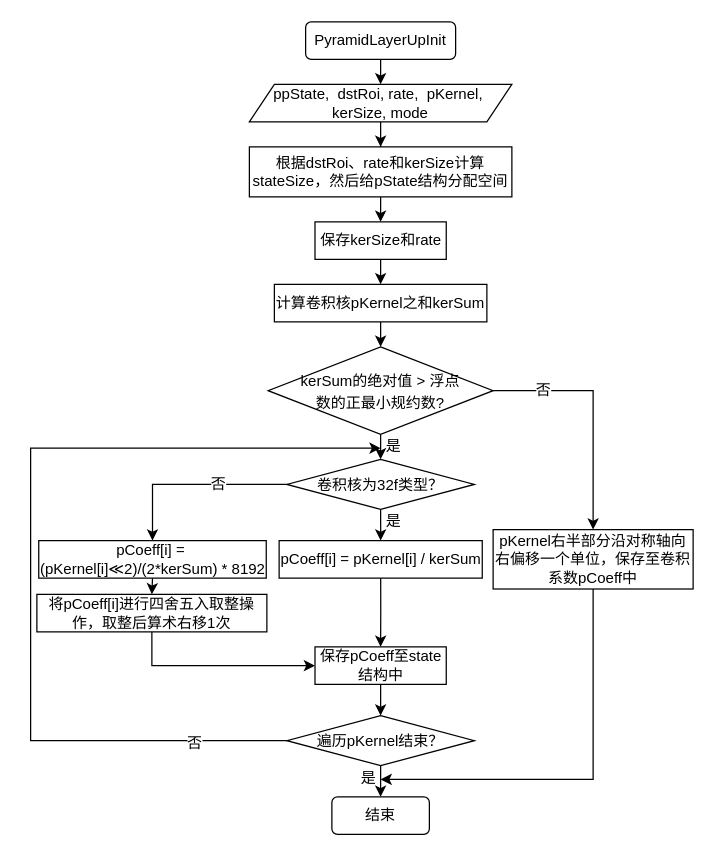
The draw.io diagram Pyramid/PyramidLayerUpInit.drawio in hwm0726/drawioFile, before the edit. Source tidied: cells renumbered, new cells numbered last; positions are measured from the earlier drawing's top-left corner, leaving out a move shared by most shapes. Both pictures are drawn from the tidied source at 125%, with x=0, y=0 at pixel (30, 21).
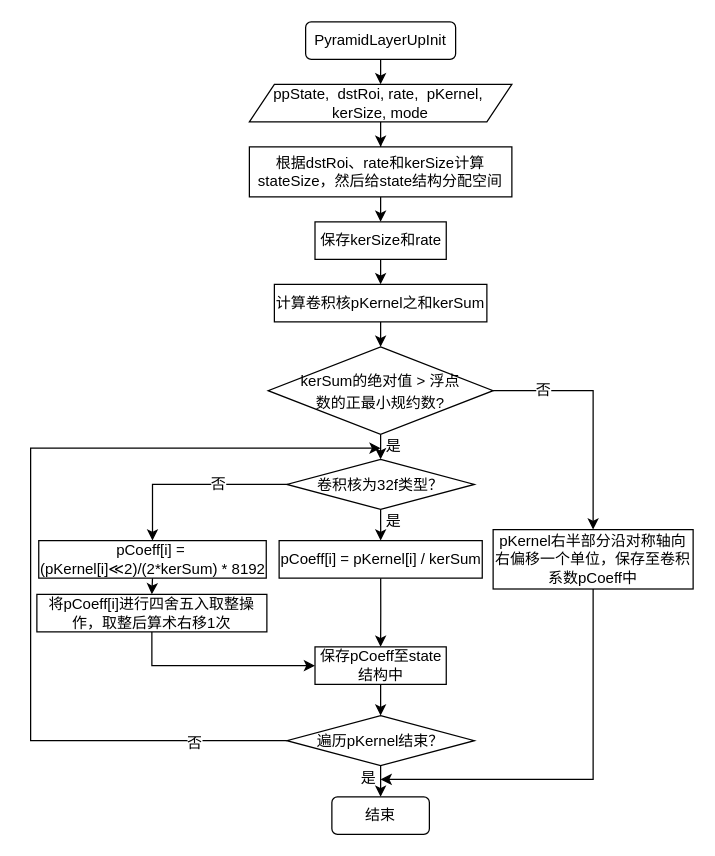
The same diagram, later.

The edit, as a diff of the source:
```diff
@@
-    <mxCell id="7" value="根据dstRoi、rate和kerSize计算stateSize，然后给pState结构分配空间" style="rounded=0;whiteSpace=wrap;html=1;" parent="1" vertex="1">
+    <mxCell id="7" value="根据dstRoi、rate和kerSize计算stateSize，然后给state结构分配空间" style="rounded=0;whiteSpace=wrap;html=1;" parent="1" vertex="1">
       <mxGeometry x="175" y="100" width="210" height="40" as="geometry" />
     </mxCell>
```
